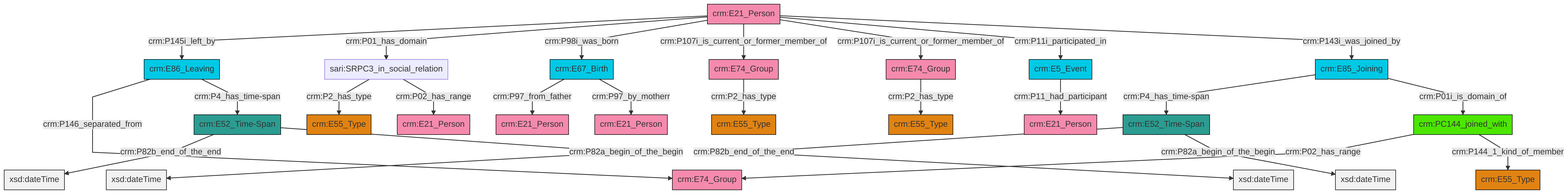
Earlier version of the Mermaid export et/personCSV/ttl/mmd/png/Person_Actor_Relations.png (swiss-art-research-net/docs.swissartresearch). Its source is kept beside it as et/personCSV/ttl/mmd/Person_Actor_Relations.ttl.mmd.
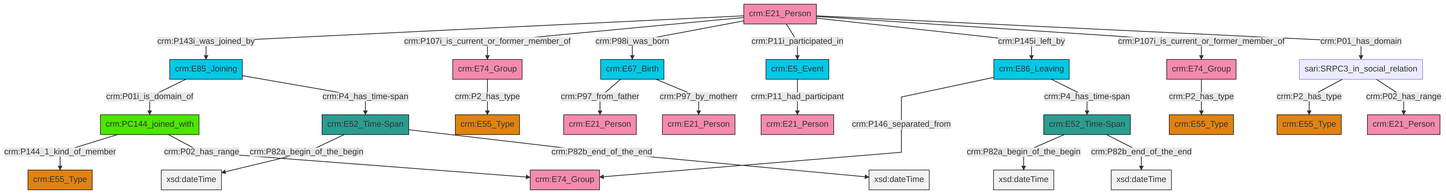
The same file after the commit.

Change to the diagram source:
```diff
@@ -13,27 +13,27 @@
 classDef PC_Classes fill:#4ce600, stroke:#000000;
 classDef Multi fill:#cccccc,stroke:#000000;
 
+0["crm:E86_Leaving"]:::Temporal_Entity -->|crm:P146_separated_from| 1["crm:E74_Group"]:::Actor
 2["crm:E74_Group"]:::Actor -->|crm:P2_has_type| 3["crm:E55_Type"]:::Type
-10["sari:SRPC3_in_social_relation"]:::Default -->|crm:P2_has_type| 11["crm:E55_Type"]:::Type
-13["crm:E21_Person"]:::Actor -->|crm:P145i_left_by| 14["crm:E86_Leaving"]:::Temporal_Entity
-13["crm:E21_Person"]:::Actor -->|crm:P01_has_domain| 10["sari:SRPC3_in_social_relation"]:::Default
-19["crm:E5_Event"]:::Temporal_Entity -->|crm:P11_had_participant| 20["crm:E21_Person"]:::Actor
-13["crm:E21_Person"]:::Actor -->|crm:P98i_was_born| 21["crm:E67_Birth"]:::Temporal_Entity
-14["crm:E86_Leaving"]:::Temporal_Entity -->|crm:P146_separated_from| 25["crm:E74_Group"]:::Actor
-0["crm:E52_Time-Span"]:::Time-Span -->|crm:P82b_end_of_the_end| 26[xsd:dateTime]:::Literal
-15["crm:E74_Group"]:::Actor -->|crm:P2_has_type| 6["crm:E55_Type"]:::Type
-13["crm:E21_Person"]:::Actor -->|crm:P107i_is_current_or_former_member_of| 15["crm:E74_Group"]:::Actor
-13["crm:E21_Person"]:::Actor -->|crm:P107i_is_current_or_former_member_of| 2["crm:E74_Group"]:::Actor
-21["crm:E67_Birth"]:::Temporal_Entity -->|crm:P97_from_father| 8["crm:E21_Person"]:::Actor
-21["crm:E67_Birth"]:::Temporal_Entity -->|crm:P97_by_motherr| 29["crm:E21_Person"]:::Actor
-14["crm:E86_Leaving"]:::Temporal_Entity -->|crm:P4_has_time-span| 30["crm:E52_Time-Span"]:::Time-Span
-30["crm:E52_Time-Span"]:::Time-Span -->|crm:P82b_end_of_the_end| 32[xsd:dateTime]:::Literal
-13["crm:E21_Person"]:::Actor -->|crm:P11i_participated_in| 19["crm:E5_Event"]:::Temporal_Entity
-34["crm:PC144_joined_with"]:::PC_Classes -->|crm:P02_has_range| 25["crm:E74_Group"]:::Actor
-13["crm:E21_Person"]:::Actor -->|crm:P143i_was_joined_by| 23["crm:E85_Joining"]:::Temporal_Entity
-10["sari:SRPC3_in_social_relation"]:::Default -->|crm:P02_has_range| 36["crm:E21_Person"]:::Actor
-23["crm:E85_Joining"]:::Temporal_Entity -->|crm:P4_has_time-span| 0["crm:E52_Time-Span"]:::Time-Span
-23["crm:E85_Joining"]:::Temporal_Entity -->|crm:P01i_is_domain_of| 34["crm:PC144_joined_with"]:::PC_Classes
-30["crm:E52_Time-Span"]:::Time-Span -->|crm:P82a_begin_of_the_begin| 38[xsd:dateTime]:::Literal
-34["crm:PC144_joined_with"]:::PC_Classes -->|crm:P144_1_kind_of_member| 4["crm:E55_Type"]:::Type
-0["crm:E52_Time-Span"]:::Time-Span -->|crm:P82a_begin_of_the_begin| 41[xsd:dateTime]:::Literal
+4["crm:E52_Time-Span"]:::Time-Span -->|crm:P82a_begin_of_the_begin| 5[xsd:dateTime]:::Literal
+6["sari:SRPC3_in_social_relation"]:::Default -->|crm:P2_has_type| 7["crm:E55_Type"]:::Type
+15["crm:E85_Joining"]:::Temporal_Entity -->|crm:P01i_is_domain_of| 16["crm:PC144_joined_with"]:::PC_Classes
+15["crm:E85_Joining"]:::Temporal_Entity -->|crm:P4_has_time-span| 4["crm:E52_Time-Span"]:::Time-Span
+0["crm:E86_Leaving"]:::Temporal_Entity -->|crm:P4_has_time-span| 17["crm:E52_Time-Span"]:::Time-Span
+8["crm:E21_Person"]:::Actor -->|crm:P143i_was_joined_by| 15["crm:E85_Joining"]:::Temporal_Entity
+21["crm:E67_Birth"]:::Temporal_Entity -->|crm:P97_from_father| 22["crm:E21_Person"]:::Actor
+8["crm:E21_Person"]:::Actor -->|crm:P107i_is_current_or_former_member_of| 2["crm:E74_Group"]:::Actor
+23["crm:E5_Event"]:::Temporal_Entity -->|crm:P11_had_participant| 24["crm:E21_Person"]:::Actor
+17["crm:E52_Time-Span"]:::Time-Span -->|crm:P82a_begin_of_the_begin| 29[xsd:dateTime]:::Literal
+21["crm:E67_Birth"]:::Temporal_Entity -->|crm:P97_by_motherr| 32["crm:E21_Person"]:::Actor
+4["crm:E52_Time-Span"]:::Time-Span -->|crm:P82b_end_of_the_end| 35[xsd:dateTime]:::Literal
+27["crm:E74_Group"]:::Actor -->|crm:P2_has_type| 10["crm:E55_Type"]:::Type
+8["crm:E21_Person"]:::Actor -->|crm:P98i_was_born| 21["crm:E67_Birth"]:::Temporal_Entity
+16["crm:PC144_joined_with"]:::PC_Classes -->|crm:P144_1_kind_of_member| 25["crm:E55_Type"]:::Type
+8["crm:E21_Person"]:::Actor -->|crm:P11i_participated_in| 23["crm:E5_Event"]:::Temporal_Entity
+17["crm:E52_Time-Span"]:::Time-Span -->|crm:P82b_end_of_the_end| 42[xsd:dateTime]:::Literal
+8["crm:E21_Person"]:::Actor -->|crm:P145i_left_by| 0["crm:E86_Leaving"]:::Temporal_Entity
+6["sari:SRPC3_in_social_relation"]:::Default -->|crm:P02_has_range| 12["crm:E21_Person"]:::Actor
+8["crm:E21_Person"]:::Actor -->|crm:P107i_is_current_or_former_member_of| 27["crm:E74_Group"]:::Actor
+16["crm:PC144_joined_with"]:::PC_Classes -->|crm:P02_has_range| 1["crm:E74_Group"]:::Actor
+8["crm:E21_Person"]:::Actor -->|crm:P01_has_domain| 6["sari:SRPC3_in_social_relation"]:::Default
```
